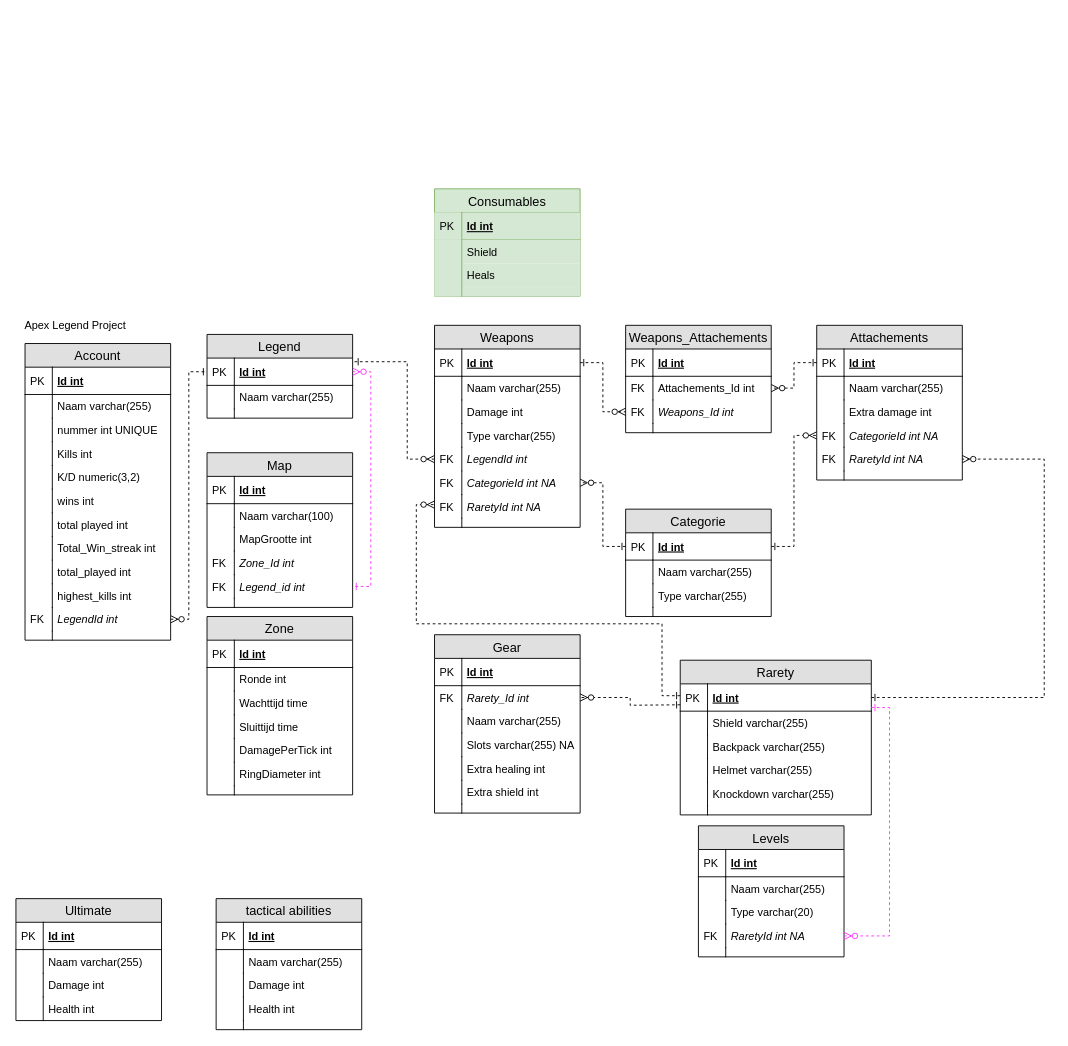
Before: Project.drawio in donnie1998/thomasmore2019-2020, a draw.io diagram. Source tidied: cells renumbered, new cells numbered last; positions are measured from the earlier drawing's top-left corner, leaving out a move shared by most shapes. Both pictures are drawn from the tidied source at 91%, with x=0, y=0 at pixel (15, 188).
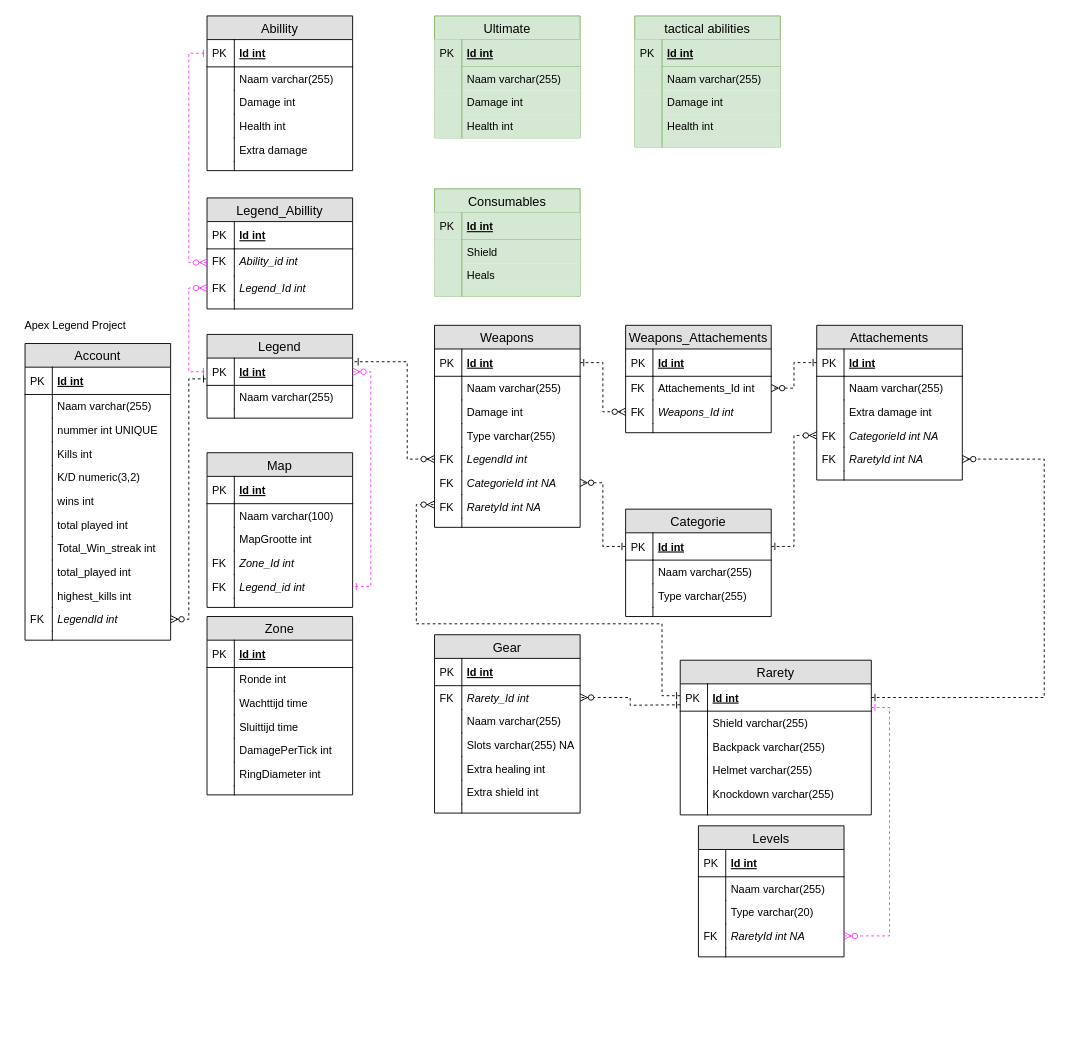
After the change.

Unchanged cells that the change refers to:
```xml
<mxCell id="25" value="LegendId int" style="shape=partialRectangle;top=0;left=0;right=0;bottom=0;align=left;verticalAlign=top;fillColor=none;spacingLeft=34;spacingRight=4;overflow=hidden;points=[[0,0.5],[1,0.5]];portConstraint=eastwest;fontSize=12;fontStyle=2;" parent="4" vertex="1">
  <mxGeometry y="290" width="160" height="26" as="geometry" />
</mxCell>
<mxCell id="43" value="Id int " style="shape=partialRectangle;top=0;left=0;right=0;bottom=1;align=left;verticalAlign=middle;fillColor=none;spacingLeft=34;spacingRight=4;overflow=hidden;points=[[0,0.5],[1,0.5]];portConstraint=eastwest;fontStyle=5;fontSize=12;" parent="42" vertex="1">
  <mxGeometry y="26" width="160" height="30" as="geometry" />
</mxCell>
```

What changed in the source:
```diff
@@
-    <mxCell id="3" style="edgeStyle=orthogonalEdgeStyle;rounded=0;jettySize=auto;html=1;exitX=1;exitY=0.5;exitDx=0;exitDy=0;entryX=0;entryY=0.5;entryDx=0;entryDy=0;startArrow=ERzeroToMany;startFill=1;endArrow=ERone;endFill=0;dashed=1;" parent="1" edge="1" source="25" target="43">
+    <mxCell id="3" style="edgeStyle=orthogonalEdgeStyle;rounded=0;jettySize=auto;html=1;exitX=1;exitY=0.5;exitDx=0;exitDy=0;entryX=0.001;entryY=0.761;entryDx=0;entryDy=0;startArrow=ERzeroToMany;startFill=1;endArrow=ERone;endFill=0;dashed=1;entryPerimeter=0;" parent="1" edge="1" source="25" target="43">
       <mxGeometry relative="1" as="geometry" />
     </mxCell>
@@
-    <mxCell id="49" value="Ultimate" style="swimlane;fontStyle=0;horizontal=1;startSize=26;fillColor=#e0e0e0;swimlaneFillColor=#ffffff;align=center;fontSize=14;" parent="1" vertex="1">
-      <mxGeometry y="780" width="160" height="134" as="geometry" />
+    <mxCell id="49" value="Ultimate" style="swimlane;fontStyle=0;horizontal=1;startSize=26;fillColor=#d5e8d4;swimlaneFillColor=#ffffff;align=center;fontSize=14;strokeColor=#82b366;" parent="1" vertex="1">
+      <mxGeometry x="460" y="-190" width="160" height="134" as="geometry" />
     </mxCell>
-    <mxCell id="50" value="Id int " style="shape=partialRectangle;top=0;left=0;right=0;bottom=1;align=left;verticalAlign=middle;fillColor=none;spacingLeft=34;spacingRight=4;overflow=hidden;fontStyle=5;fontSize=12;" parent="49" vertex="1">
+    <mxCell id="50" value="Id int " style="shape=partialRectangle;top=0;left=0;right=0;bottom=1;align=left;verticalAlign=middle;fillColor=#d5e8d4;spacingLeft=34;spacingRight=4;overflow=hidden;fontStyle=5;fontSize=12;strokeColor=#82b366;" parent="49" vertex="1">
       <mxGeometry y="26" width="160" height="30" as="geometry" />
     </mxCell>
-    <mxCell id="51" value="PK" style="shape=partialRectangle;top=0;left=0;bottom=0;fillColor=none;align=left;verticalAlign=middle;spacingLeft=4;spacingRight=4;overflow=hidden;fontSize=12;" parent="50" vertex="1">
+    <mxCell id="51" value="PK" style="shape=partialRectangle;top=0;left=0;bottom=0;fillColor=#d5e8d4;align=left;verticalAlign=middle;spacingLeft=4;spacingRight=4;overflow=hidden;fontSize=12;strokeColor=#82b366;" parent="50" vertex="1">
       <mxGeometry width="30" height="30" as="geometry" />
     </mxCell>
-    <mxCell id="52" value="Naam varchar(255)" style="shape=partialRectangle;top=0;left=0;right=0;bottom=0;align=left;verticalAlign=top;fillColor=none;spacingLeft=34;spacingRight=4;overflow=hidden;fontSize=12;" parent="49" vertex="1">
+    <mxCell id="52" value="Naam varchar(255)" style="shape=partialRectangle;top=0;left=0;right=0;bottom=0;align=left;verticalAlign=top;fillColor=#d5e8d4;spacingLeft=34;spacingRight=4;overflow=hidden;fontSize=12;strokeColor=#82b366;" parent="49" vertex="1">
       <mxGeometry y="56" width="160" height="26" as="geometry" />
     </mxCell>
-    <mxCell id="53" style="shape=partialRectangle;top=0;left=0;bottom=0;fillColor=none;align=left;verticalAlign=top;spacingLeft=4;spacingRight=4;overflow=hidden;fontSize=12;" parent="52" vertex="1">
+    <mxCell id="53" style="shape=partialRectangle;top=0;left=0;bottom=0;fillColor=#d5e8d4;align=left;verticalAlign=top;spacingLeft=4;spacingRight=4;overflow=hidden;fontSize=12;strokeColor=#82b366;" parent="52" vertex="1">
       <mxGeometry width="30" height="26" as="geometry" />
     </mxCell>
-    <mxCell id="54" value="Damage int" style="shape=partialRectangle;top=0;left=0;right=0;bottom=0;align=left;verticalAlign=top;fillColor=none;spacingLeft=34;spacingRight=4;overflow=hidden;fontSize=12;" parent="49" vertex="1">
+    <mxCell id="54" value="Damage int" style="shape=partialRectangle;top=0;left=0;right=0;bottom=0;align=left;verticalAlign=top;fillColor=#d5e8d4;spacingLeft=34;spacingRight=4;overflow=hidden;fontSize=12;strokeColor=#82b366;" parent="49" vertex="1">
       <mxGeometry y="82" width="160" height="26" as="geometry" />
     </mxCell>
-    <mxCell id="55" style="shape=partialRectangle;top=0;left=0;bottom=0;fillColor=none;align=left;verticalAlign=top;spacingLeft=4;spacingRight=4;overflow=hidden;fontSize=12;" parent="54" vertex="1">
+    <mxCell id="55" style="shape=partialRectangle;top=0;left=0;bottom=0;fillColor=#d5e8d4;align=left;verticalAlign=top;spacingLeft=4;spacingRight=4;overflow=hidden;fontSize=12;strokeColor=#82b366;" parent="54" vertex="1">
       <mxGeometry width="30" height="26" as="geometry" />
     </mxCell>
-    <mxCell id="56" value="Health int " style="shape=partialRectangle;top=0;left=0;right=0;bottom=0;align=left;verticalAlign=top;fillColor=none;spacingLeft=34;spacingRight=4;overflow=hidden;fontSize=12;" parent="49" vertex="1">
+    <mxCell id="56" value="Health int " style="shape=partialRectangle;top=0;left=0;right=0;bottom=0;align=left;verticalAlign=top;fillColor=#d5e8d4;spacingLeft=34;spacingRight=4;overflow=hidden;fontSize=12;strokeColor=#82b366;" parent="49" vertex="1">
       <mxGeometry y="108" width="160" height="26" as="geometry" />
     </mxCell>
-    <mxCell id="57" style="shape=partialRectangle;top=0;left=0;bottom=0;fillColor=none;align=left;verticalAlign=top;spacingLeft=4;spacingRight=4;overflow=hidden;fontSize=12;" parent="56" vertex="1">
+    <mxCell id="57" style="shape=partialRectangle;top=0;left=0;bottom=0;fillColor=#d5e8d4;align=left;verticalAlign=top;spacingLeft=4;spacingRight=4;overflow=hidden;fontSize=12;strokeColor=#82b366;" parent="56" vertex="1">
       <mxGeometry width="30" height="26" as="geometry" />
     </mxCell>
-    <mxCell id="58" value="tactical abilities" style="swimlane;fontStyle=0;horizontal=1;startSize=26;fillColor=#e0e0e0;swimlaneFillColor=#ffffff;align=center;fontSize=14;" parent="1" vertex="1">
-      <mxGeometry x="220" y="780" width="160" height="144" as="geometry" />
+    <mxCell id="58" value="tactical abilities" style="swimlane;fontStyle=0;horizontal=1;startSize=26;fillColor=#d5e8d4;swimlaneFillColor=#ffffff;align=center;fontSize=14;strokeColor=#82b366;" parent="1" vertex="1">
+      <mxGeometry x="680" y="-190" width="160" height="144" as="geometry" />
     </mxCell>
-    <mxCell id="59" value="Id int " style="shape=partialRectangle;top=0;left=0;right=0;bottom=1;align=left;verticalAlign=middle;fillColor=none;spacingLeft=34;spacingRight=4;overflow=hidden;fontStyle=5;fontSize=12;" parent="58" vertex="1">
+    <mxCell id="59" value="Id int " style="shape=partialRectangle;top=0;left=0;right=0;bottom=1;align=left;verticalAlign=middle;fillColor=#d5e8d4;spacingLeft=34;spacingRight=4;overflow=hidden;fontStyle=5;fontSize=12;strokeColor=#82b366;" parent="58" vertex="1">
       <mxGeometry y="26" width="160" height="30" as="geometry" />
     </mxCell>
-    <mxCell id="60" value="PK" style="shape=partialRectangle;top=0;left=0;bottom=0;fillColor=none;align=left;verticalAlign=middle;spacingLeft=4;spacingRight=4;overflow=hidden;fontSize=12;" parent="59" vertex="1">
+    <mxCell id="60" value="PK" style="shape=partialRectangle;top=0;left=0;bottom=0;fillColor=#d5e8d4;align=left;verticalAlign=middle;spacingLeft=4;spacingRight=4;overflow=hidden;fontSize=12;strokeColor=#82b366;" parent="59" vertex="1">
       <mxGeometry width="30" height="30" as="geometry" />
     </mxCell>
-    <mxCell id="61" value="Naam varchar(255)" style="shape=partialRectangle;top=0;left=0;right=0;bottom=0;align=left;verticalAlign=top;fillColor=none;spacingLeft=34;spacingRight=4;overflow=hidden;fontSize=12;" parent="58" vertex="1">
+    <mxCell id="61" value="Naam varchar(255)" style="shape=partialRectangle;top=0;left=0;right=0;bottom=0;align=left;verticalAlign=top;fillColor=#d5e8d4;spacingLeft=34;spacingRight=4;overflow=hidden;fontSize=12;strokeColor=#82b366;" parent="58" vertex="1">
       <mxGeometry y="56" width="160" height="26" as="geometry" />
     </mxCell>
-    <mxCell id="62" style="shape=partialRectangle;top=0;left=0;bottom=0;fillColor=none;align=left;verticalAlign=top;spacingLeft=4;spacingRight=4;overflow=hidden;fontSize=12;" parent="61" vertex="1">
+    <mxCell id="62" style="shape=partialRectangle;top=0;left=0;bottom=0;fillColor=#d5e8d4;align=left;verticalAlign=top;spacingLeft=4;spacingRight=4;overflow=hidden;fontSize=12;strokeColor=#82b366;" parent="61" vertex="1">
       <mxGeometry width="30" height="26" as="geometry" />
     </mxCell>
-    <mxCell id="63" value="Damage int " style="shape=partialRectangle;top=0;left=0;right=0;bottom=0;align=left;verticalAlign=top;fillColor=none;spacingLeft=34;spacingRight=4;overflow=hidden;fontSize=12;" parent="58" vertex="1">
+    <mxCell id="63" value="Damage int " style="shape=partialRectangle;top=0;left=0;right=0;bottom=0;align=left;verticalAlign=top;fillColor=#d5e8d4;spacingLeft=34;spacingRight=4;overflow=hidden;fontSize=12;strokeColor=#82b366;" parent="58" vertex="1">
       <mxGeometry y="82" width="160" height="26" as="geometry" />
     </mxCell>
-    <mxCell id="64" style="shape=partialRectangle;top=0;left=0;bottom=0;fillColor=none;align=left;verticalAlign=top;spacingLeft=4;spacingRight=4;overflow=hidden;fontSize=12;" parent="63" vertex="1">
+    <mxCell id="64" style="shape=partialRectangle;top=0;left=0;bottom=0;fillColor=#d5e8d4;align=left;verticalAlign=top;spacingLeft=4;spacingRight=4;overflow=hidden;fontSize=12;strokeColor=#82b366;" parent="63" vertex="1">
       <mxGeometry width="30" height="26" as="geometry" />
     </mxCell>
-    <mxCell id="65" value="Health int" style="shape=partialRectangle;top=0;left=0;right=0;bottom=0;align=left;verticalAlign=top;fillColor=none;spacingLeft=34;spacingRight=4;overflow=hidden;fontSize=12;" parent="58" vertex="1">
+    <mxCell id="65" value="Health int" style="shape=partialRectangle;top=0;left=0;right=0;bottom=0;align=left;verticalAlign=top;fillColor=#d5e8d4;spacingLeft=34;spacingRight=4;overflow=hidden;fontSize=12;strokeColor=#82b366;" parent="58" vertex="1">
       <mxGeometry y="108" width="160" height="26" as="geometry" />
     </mxCell>
-    <mxCell id="66" style="shape=partialRectangle;top=0;left=0;bottom=0;fillColor=none;align=left;verticalAlign=top;spacingLeft=4;spacingRight=4;overflow=hidden;fontSize=12;" parent="65" vertex="1">
+    <mxCell id="66" style="shape=partialRectangle;top=0;left=0;bottom=0;fillColor=#d5e8d4;align=left;verticalAlign=top;spacingLeft=4;spacingRight=4;overflow=hidden;fontSize=12;strokeColor=#82b366;" parent="65" vertex="1">
       <mxGeometry width="30" height="26" as="geometry" />
     </mxCell>
-    <mxCell id="67" style="shape=partialRectangle;top=0;left=0;right=0;bottom=0;align=left;verticalAlign=top;fillColor=none;spacingLeft=34;spacingRight=4;overflow=hidden;fontSize=12;" parent="58" vertex="1">
+    <mxCell id="67" style="shape=partialRectangle;top=0;left=0;right=0;bottom=0;align=left;verticalAlign=top;fillColor=#d5e8d4;spacingLeft=34;spacingRight=4;overflow=hidden;fontSize=12;strokeColor=#82b366;" parent="58" vertex="1">
       <mxGeometry y="134" width="160" height="10" as="geometry" />
     </mxCell>
-    <mxCell id="68" style="shape=partialRectangle;top=0;left=0;bottom=0;fillColor=none;align=left;verticalAlign=top;spacingLeft=4;spacingRight=4;overflow=hidden;fontSize=12;" parent="67" vertex="1">
+    <mxCell id="68" style="shape=partialRectangle;top=0;left=0;bottom=0;fillColor=#d5e8d4;align=left;verticalAlign=top;spacingLeft=4;spacingRight=4;overflow=hidden;fontSize=12;strokeColor=#82b366;" parent="67" vertex="1">
       <mxGeometry width="30" height="10" as="geometry" />
     </mxCell>
@@
+    <mxCell id="190" value="Abillity" style="swimlane;fontStyle=0;horizontal=1;startSize=26;fillColor=#e0e0e0;swimlaneFillColor=#ffffff;align=center;fontSize=14;" parent="1" vertex="1">
+      <mxGeometry x="210" y="-190" width="160" height="170" as="geometry" />
+    </mxCell>
+    <mxCell id="191" value="Id int " style="shape=partialRectangle;top=0;left=0;right=0;bottom=1;align=left;verticalAlign=middle;fillColor=none;spacingLeft=34;spacingRight=4;overflow=hidden;points=[[0,0.5],[1,0.5]];portConstraint=eastwest;fontStyle=5;fontSize=12;" parent="190" vertex="1">
+      <mxGeometry y="26" width="160" height="30" as="geometry" />
+    </mxCell>
+    <mxCell id="192" value="PK" style="shape=partialRectangle;top=0;left=0;bottom=0;fillColor=none;align=left;verticalAlign=middle;spacingLeft=4;spacingRight=4;overflow=hidden;fontSize=12;" parent="191" vertex="1">
+      <mxGeometry width="30" height="30" as="geometry" />
+    </mxCell>
+    <mxCell id="193" value="Naam varchar(255)" style="shape=partialRectangle;top=0;left=0;right=0;bottom=0;align=left;verticalAlign=top;fillColor=none;spacingLeft=34;spacingRight=4;overflow=hidden;fontSize=12;" parent="190" vertex="1">
+      <mxGeometry y="56" width="160" height="26" as="geometry" />
+    </mxCell>
+    <mxCell id="194" style="shape=partialRectangle;top=0;left=0;bottom=0;fillColor=none;align=left;verticalAlign=top;spacingLeft=4;spacingRight=4;overflow=hidden;fontSize=12;" parent="193" vertex="1">
+      <mxGeometry width="30" height="26" as="geometry" />
+    </mxCell>
+    <mxCell id="195" value="Damage int " style="shape=partialRectangle;top=0;left=0;right=0;bottom=0;align=left;verticalAlign=top;fillColor=none;spacingLeft=34;spacingRight=4;overflow=hidden;fontSize=12;" parent="190" vertex="1">
+      <mxGeometry y="82" width="160" height="26" as="geometry" />
+    </mxCell>
+    <mxCell id="196" style="shape=partialRectangle;top=0;left=0;bottom=0;fillColor=none;align=left;verticalAlign=top;spacingLeft=4;spacingRight=4;overflow=hidden;fontSize=12;" parent="195" vertex="1">
+      <mxGeometry width="30" height="26" as="geometry" />
+    </mxCell>
+    <mxCell id="197" value="Health int" style="shape=partialRectangle;top=0;left=0;right=0;bottom=0;align=left;verticalAlign=top;fillColor=none;spacingLeft=34;spacingRight=4;overflow=hidden;fontSize=12;" parent="190" vertex="1">
+      <mxGeometry y="108" width="160" height="26" as="geometry" />
+    </mxCell>
+    <mxCell id="198" style="shape=partialRectangle;top=0;left=0;bottom=0;fillColor=none;align=left;verticalAlign=top;spacingLeft=4;spacingRight=4;overflow=hidden;fontSize=12;" parent="197" vertex="1">
+      <mxGeometry width="30" height="26" as="geometry" />
+    </mxCell>
+    <mxCell id="199" value="Extra damage" style="shape=partialRectangle;top=0;left=0;right=0;bottom=0;align=left;verticalAlign=top;fillColor=none;spacingLeft=34;spacingRight=4;overflow=hidden;fontSize=12;" parent="190" vertex="1">
+      <mxGeometry y="134" width="160" height="26" as="geometry" />
+    </mxCell>
+    <mxCell id="200" style="shape=partialRectangle;top=0;left=0;bottom=0;fillColor=none;align=left;verticalAlign=top;spacingLeft=4;spacingRight=4;overflow=hidden;fontSize=12;" parent="199" vertex="1">
+      <mxGeometry width="30" height="26" as="geometry" />
+    </mxCell>
+    <mxCell id="201" style="shape=partialRectangle;top=0;left=0;right=0;bottom=0;align=left;verticalAlign=top;fillColor=none;spacingLeft=34;spacingRight=4;overflow=hidden;fontSize=12;" parent="190" vertex="1">
+      <mxGeometry y="160" width="160" height="10" as="geometry" />
+    </mxCell>
+    <mxCell id="202" style="shape=partialRectangle;top=0;left=0;bottom=0;fillColor=none;align=left;verticalAlign=top;spacingLeft=4;spacingRight=4;overflow=hidden;fontSize=12;" parent="201" vertex="1">
+      <mxGeometry width="30" height="10" as="geometry" />
+    </mxCell>
+    <mxCell id="203" value="Legend_Abillity" style="swimlane;fontStyle=0;horizontal=1;startSize=26;fillColor=#e0e0e0;swimlaneFillColor=#ffffff;align=center;fontSize=14;" parent="1" vertex="1">
+      <mxGeometry x="210" y="10" width="160" height="122" as="geometry" />
+    </mxCell>
+    <mxCell id="204" value="Id int " style="shape=partialRectangle;top=0;left=0;right=0;bottom=1;align=left;verticalAlign=middle;fillColor=none;spacingLeft=34;spacingRight=4;overflow=hidden;fontStyle=5;fontSize=12;" parent="203" vertex="1">
+      <mxGeometry y="26" width="160" height="30" as="geometry" />
+    </mxCell>
+    <mxCell id="205" value="PK" style="shape=partialRectangle;top=0;left=0;bottom=0;fillColor=none;align=left;verticalAlign=middle;spacingLeft=4;spacingRight=4;overflow=hidden;fontSize=12;" parent="204" vertex="1">
+      <mxGeometry width="30" height="30" as="geometry" />
+    </mxCell>
+    <mxCell id="206" value="Ability_id int" style="shape=partialRectangle;top=0;left=0;right=0;bottom=0;align=left;verticalAlign=top;fillColor=none;spacingLeft=34;spacingRight=4;overflow=hidden;points=[[0,0.5],[1,0.5]];portConstraint=eastwest;fontSize=12;fontStyle=2;" parent="203" vertex="1">
+      <mxGeometry y="56" width="160" height="30" as="geometry" />
+    </mxCell>
+    <mxCell id="207" value="FK" style="shape=partialRectangle;top=0;left=0;bottom=0;fillColor=none;align=left;verticalAlign=top;spacingLeft=4;spacingRight=4;overflow=hidden;fontSize=12;" parent="206" vertex="1">
+      <mxGeometry width="30" height="30" as="geometry" />
+    </mxCell>
+    <mxCell id="208" value="Legend_Id int" style="shape=partialRectangle;top=0;left=0;right=0;bottom=0;align=left;verticalAlign=top;fillColor=none;spacingLeft=34;spacingRight=4;overflow=hidden;points=[[0,0.5],[1,0.5]];portConstraint=eastwest;fontSize=12;fontStyle=2;" parent="203" vertex="1">
+      <mxGeometry y="86" width="160" height="26" as="geometry" />
+    </mxCell>
+    <mxCell id="209" value="FK" style="shape=partialRectangle;top=0;left=0;bottom=0;fillColor=none;align=left;verticalAlign=top;spacingLeft=4;spacingRight=4;overflow=hidden;fontSize=12;" parent="208" vertex="1">
+      <mxGeometry width="30" height="26" as="geometry" />
+    </mxCell>
+    <mxCell id="210" style="shape=partialRectangle;top=0;left=0;right=0;bottom=0;align=left;verticalAlign=top;fillColor=none;spacingLeft=34;spacingRight=4;overflow=hidden;fontSize=12;" parent="203" vertex="1">
+      <mxGeometry y="112" width="160" height="10" as="geometry" />
+    </mxCell>
+    <mxCell id="211" style="shape=partialRectangle;top=0;left=0;bottom=0;fillColor=none;align=left;verticalAlign=top;spacingLeft=4;spacingRight=4;overflow=hidden;fontSize=12;" parent="210" vertex="1">
+      <mxGeometry width="30" height="10" as="geometry" />
+    </mxCell>
+    <mxCell id="212" style="edgeStyle=orthogonalEdgeStyle;rounded=0;jettySize=auto;html=1;entryX=0;entryY=0.5;entryDx=0;entryDy=0;dashed=1;startArrow=ERzeroToMany;startFill=1;endArrow=ERone;endFill=0;strokeColor=#FF33FF;" parent="1" edge="1" source="208" target="43">
+      <mxGeometry relative="1" as="geometry" />
+    </mxCell>
+    <mxCell id="213" style="edgeStyle=orthogonalEdgeStyle;rounded=0;jettySize=auto;html=1;entryX=0;entryY=0.5;entryDx=0;entryDy=0;dashed=1;startArrow=ERzeroToMany;startFill=1;endArrow=ERone;endFill=0;strokeColor=#FF33FF;" parent="1" edge="1" source="206" target="191">
+      <mxGeometry relative="1" as="geometry" />
+    </mxCell>
```
